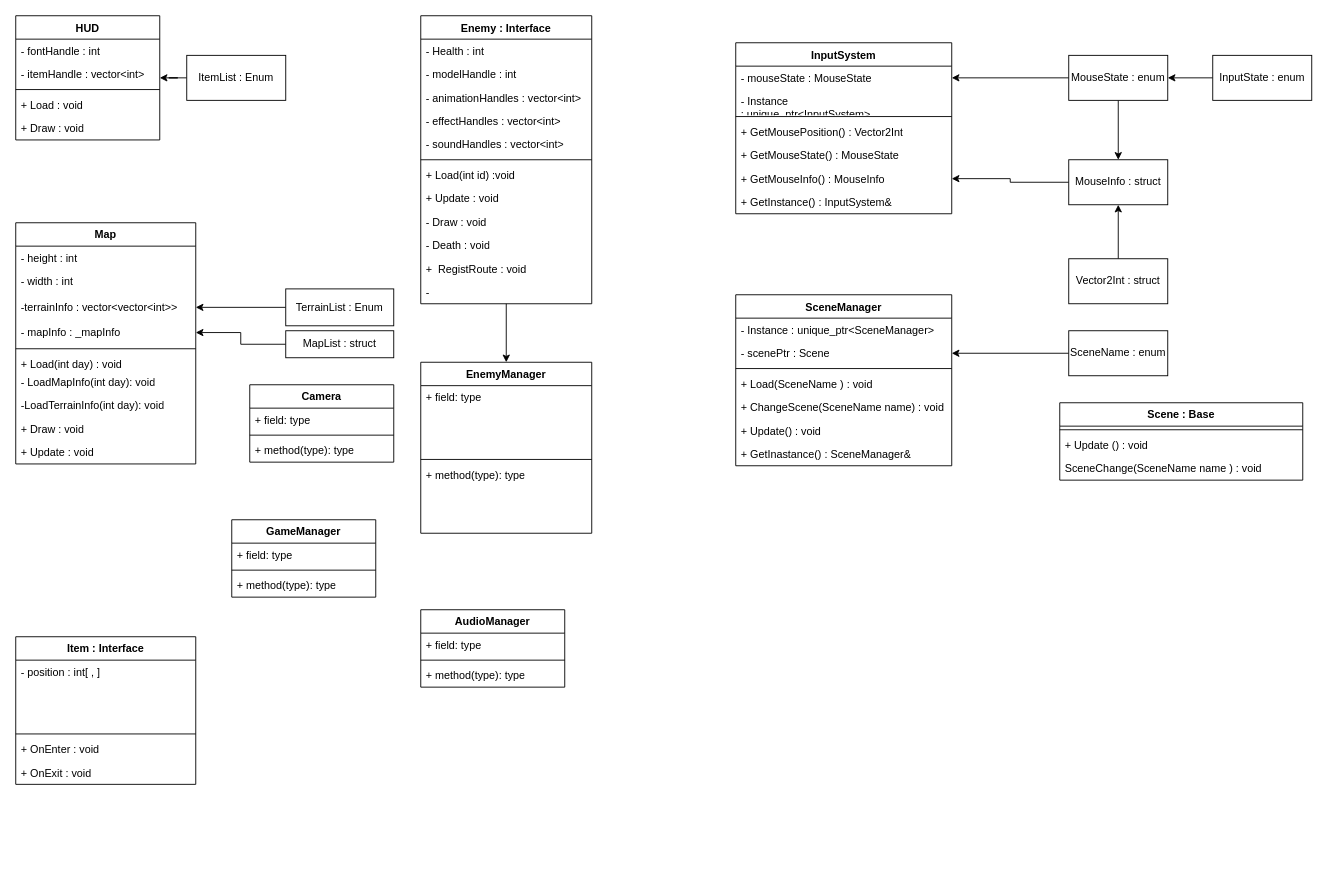
tky2302126/PP2nd keeps this draw.io diagram as PP2nd_ClassUML.drawio. Above is the earlier version. Source tidied: cells renumbered, new cells numbered last; positions are measured from the earlier drawing's top-left corner, leaving out a move shared by most shapes. Both pictures are drawn from the tidied source at 90%, with x=0, y=0 at pixel (15, 15).
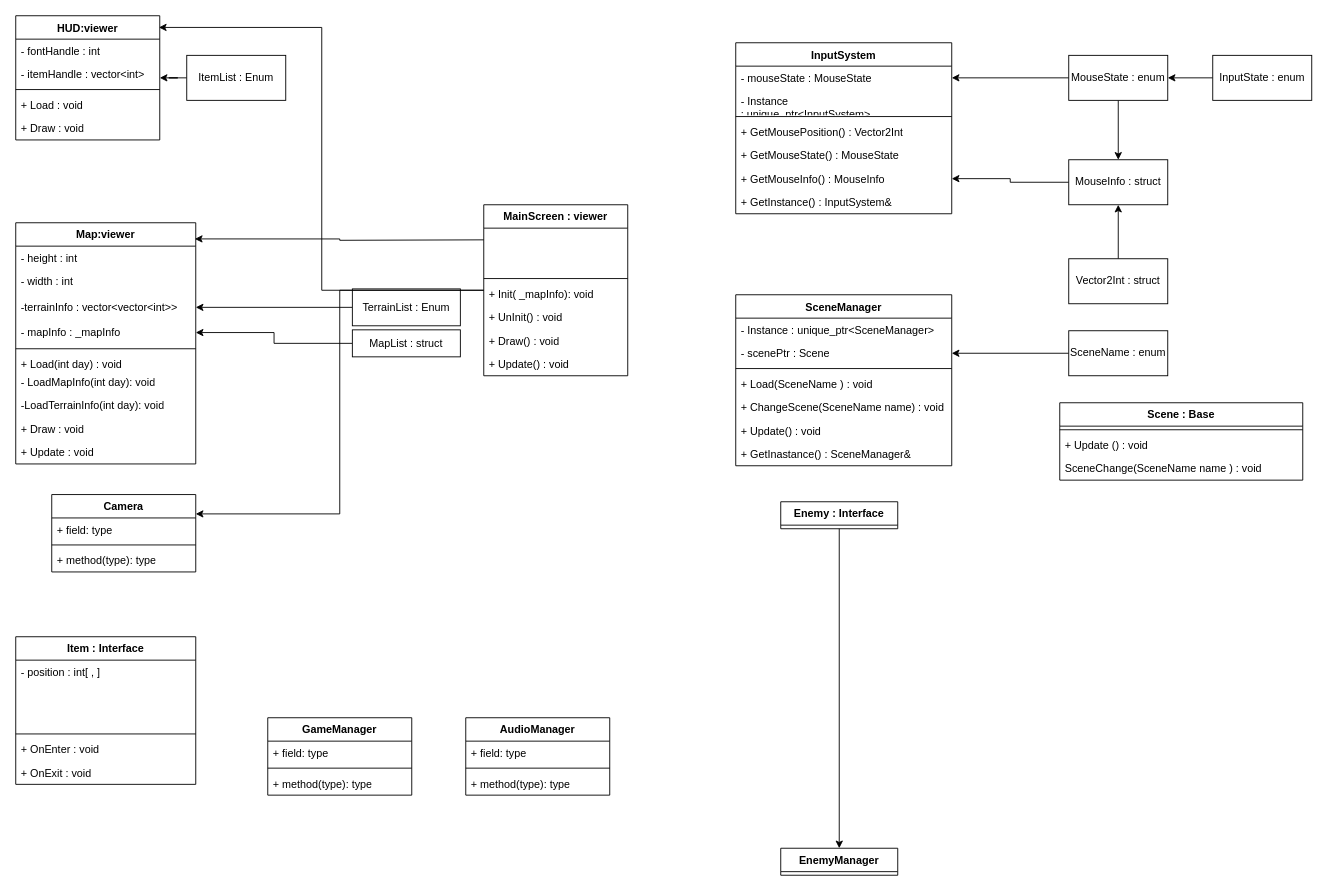
The same diagram, later.

Change to the diagram source:
```diff
@@
-    <mxCell id="2" value="HUD" style="swimlane;fontStyle=1;align=center;verticalAlign=top;horizontal=1;startSize=26;whiteSpace=wrap;html=1;" parent="1" vertex="1">
+    <mxCell id="2" value="HUD:viewer" style="swimlane;fontStyle=1;align=center;verticalAlign=top;horizontal=1;startSize=26;whiteSpace=wrap;html=1;" parent="1" vertex="1">
       <mxGeometry width="160" height="138" as="geometry" />
     </mxCell>
@@
-    <mxCell id="10" value="Map" style="swimlane;fontStyle=1;align=center;verticalAlign=top;horizontal=1;startSize=26;whiteSpace=wrap;html=1;" parent="1" vertex="1">
+    <mxCell id="10" value="Map:viewer" style="swimlane;fontStyle=1;align=center;verticalAlign=top;horizontal=1;startSize=26;whiteSpace=wrap;html=1;" parent="1" vertex="1">
       <mxGeometry y="230" width="200" height="268" as="geometry" />
     </mxCell>
@@
     <mxCell id="22" value="TerrainList : Enum" style="html=1;whiteSpace=wrap;" parent="1" vertex="1">
-      <mxGeometry x="300" y="303.5" width="120" height="41" as="geometry" />
+      <mxGeometry x="374" y="303.5" width="120" height="41" as="geometry" />
     </mxCell>
@@
     <mxCell id="24" value="MapList : struct" style="html=1;whiteSpace=wrap;" parent="1" vertex="1">
-      <mxGeometry x="300" y="350" width="120" height="30" as="geometry" />
+      <mxGeometry x="374" y="349" width="120" height="30" as="geometry" />
     </mxCell>
@@
-    <mxCell id="26" value="Enemy : Interf&lt;span style=&quot;background-color: initial;&quot;&gt;ace&lt;/span&gt;" style="swimlane;fontStyle=1;align=center;verticalAlign=top;horizontal=1;startSize=26;whiteSpace=wrap;html=1;" parent="1" vertex="1">
-      <mxGeometry x="450" width="190" height="320" as="geometry" />
+    <mxCell id="26" value="Enemy : Interf&lt;span style=&quot;background-color: initial;&quot;&gt;ace&lt;/span&gt;" style="swimlane;fontStyle=1;align=center;verticalAlign=top;horizontal=1;startSize=26;whiteSpace=wrap;html=1;" parent="1" vertex="1" collapsed="1">
+      <mxGeometry x="850" y="540" width="130" height="30" as="geometry" />
     </mxCell>
-    <mxCell id="27" value="- Health : int" style="text;strokeColor=none;fillColor=none;align=left;verticalAlign=top;spacingLeft=4;spacingRight=4;overflow=hidden;whiteSpace=wrap;html=1;" parent="26" vertex="1">
-      <mxGeometry y="26" width="190" height="26" as="geometry" />
-    </mxCell>
-    <mxCell id="28" value="- modelHandle : int" style="text;strokeColor=none;fillColor=none;align=left;verticalAlign=top;spacingLeft=4;spacingRight=4;overflow=hidden;whiteSpace=wrap;html=1;" parent="26" vertex="1">
-      <mxGeometry y="52" width="190" height="26" as="geometry" />
-    </mxCell>
-    <mxCell id="29" value="- animationHandles : vector&amp;lt;int&amp;gt;" style="text;strokeColor=none;fillColor=none;align=left;verticalAlign=top;spacingLeft=4;spacingRight=4;overflow=hidden;whiteSpace=wrap;html=1;" parent="26" vertex="1">
-      <mxGeometry y="78" width="190" height="26" as="geometry" />
-    </mxCell>
-    <mxCell id="30" value="- effectHandles : vector&amp;lt;int&amp;gt;" style="text;strokeColor=none;fillColor=none;align=left;verticalAlign=top;spacingLeft=4;spacingRight=4;overflow=hidden;whiteSpace=wrap;html=1;" parent="26" vertex="1">
-      <mxGeometry y="104" width="190" height="26" as="geometry" />
-    </mxCell>
-    <mxCell id="31" value="- soundHandles : vector&amp;lt;int&amp;gt;" style="text;strokeColor=none;fillColor=none;align=left;verticalAlign=top;spacingLeft=4;spacingRight=4;overflow=hidden;whiteSpace=wrap;html=1;" parent="26" vertex="1">
-      <mxGeometry y="130" width="190" height="26" as="geometry" />
-    </mxCell>
-    <mxCell id="32" style="line;strokeWidth=1;fillColor=none;align=left;verticalAlign=middle;spacingTop=-1;spacingLeft=3;spacingRight=3;labelPosition=right;strokeColor=inherit;" parent="26" vertex="1">
-      <mxGeometry y="156" width="190" height="8" as="geometry" />
-    </mxCell>
-    <mxCell id="33" value="+ Load(int id) :void&amp;nbsp;" style="text;strokeColor=none;fillColor=none;align=left;verticalAlign=top;spacingLeft=4;spacingRight=4;overflow=hidden;whiteSpace=wrap;html=1;" parent="26" vertex="1">
-      <mxGeometry y="164" width="190" height="26" as="geometry" />
-    </mxCell>
-    <mxCell id="34" value="+ Update : void" style="text;strokeColor=none;fillColor=none;align=left;verticalAlign=top;spacingLeft=4;spacingRight=4;overflow=hidden;whiteSpace=wrap;html=1;" parent="26" vertex="1">
-      <mxGeometry y="190" width="190" height="26" as="geometry" />
-    </mxCell>
-    <mxCell id="35" value="- Draw : void" style="text;strokeColor=none;fillColor=none;align=left;verticalAlign=top;spacingLeft=4;spacingRight=4;overflow=hidden;whiteSpace=wrap;html=1;" parent="26" vertex="1">
-      <mxGeometry y="216" width="190" height="26" as="geometry" />
-    </mxCell>
-    <mxCell id="36" value="- Death : void" style="text;strokeColor=none;fillColor=none;align=left;verticalAlign=top;spacingLeft=4;spacingRight=4;overflow=hidden;whiteSpace=wrap;html=1;" parent="26" vertex="1">
-      <mxGeometry y="242" width="190" height="26" as="geometry" />
-    </mxCell>
-    <mxCell id="37" value="+&amp;nbsp; RegistRoute : void" style="text;strokeColor=none;fillColor=none;align=left;verticalAlign=top;spacingLeft=4;spacingRight=4;overflow=hidden;whiteSpace=wrap;html=1;" parent="26" vertex="1">
-      <mxGeometry y="268" width="190" height="26" as="geometry" />
-    </mxCell>
-    <mxCell id="38" value="-&amp;nbsp;" style="text;strokeColor=none;fillColor=none;align=left;verticalAlign=top;spacingLeft=4;spacingRight=4;overflow=hidden;whiteSpace=wrap;html=1;" parent="26" vertex="1">
-      <mxGeometry y="294" width="190" height="26" as="geometry" />
-    </mxCell>
-    <mxCell id="39" value="EnemyManager" style="swimlane;fontStyle=1;align=center;verticalAlign=top;horizontal=1;startSize=26;whiteSpace=wrap;html=1;" parent="1" vertex="1">
-      <mxGeometry x="450" y="385" width="190" height="190" as="geometry" />
+    <mxCell id="39" value="EnemyManager" style="swimlane;fontStyle=1;align=center;verticalAlign=top;horizontal=1;startSize=26;whiteSpace=wrap;html=1;" parent="1" vertex="1" collapsed="1">
+      <mxGeometry x="850" y="925" width="130" height="30" as="geometry" />
     </mxCell>
-    <mxCell id="40" value="+ field: type" style="text;strokeColor=none;fillColor=none;align=left;verticalAlign=top;spacingLeft=4;spacingRight=4;overflow=hidden;whiteSpace=wrap;html=1;" parent="39" vertex="1">
-      <mxGeometry y="26" width="190" height="26" as="geometry" />
-    </mxCell>
-    <mxCell id="41" style="text;strokeColor=none;fillColor=none;align=left;verticalAlign=top;spacingLeft=4;spacingRight=4;overflow=hidden;whiteSpace=wrap;html=1;" parent="39" vertex="1">
-      <mxGeometry y="52" width="190" height="26" as="geometry" />
-    </mxCell>
-    <mxCell id="42" style="text;strokeColor=none;fillColor=none;align=left;verticalAlign=top;spacingLeft=4;spacingRight=4;overflow=hidden;whiteSpace=wrap;html=1;" parent="39" vertex="1">
-      <mxGeometry y="78" width="190" height="26" as="geometry" />
-    </mxCell>
-    <mxCell id="43" style="line;strokeWidth=1;fillColor=none;align=left;verticalAlign=middle;spacingTop=-1;spacingLeft=3;spacingRight=3;labelPosition=right;strokeColor=inherit;" parent="39" vertex="1">
-      <mxGeometry y="104" width="190" height="8" as="geometry" />
-    </mxCell>
-    <mxCell id="44" value="+ method(type): type" style="text;strokeColor=none;fillColor=none;align=left;verticalAlign=top;spacingLeft=4;spacingRight=4;overflow=hidden;whiteSpace=wrap;html=1;" parent="39" vertex="1">
-      <mxGeometry y="112" width="190" height="26" as="geometry" />
-    </mxCell>
-    <mxCell id="45" style="text;strokeColor=none;fillColor=none;align=left;verticalAlign=top;spacingLeft=4;spacingRight=4;overflow=hidden;whiteSpace=wrap;html=1;" parent="39" vertex="1">
-      <mxGeometry y="138" width="190" height="26" as="geometry" />
-    </mxCell>
-    <mxCell id="46" style="text;strokeColor=none;fillColor=none;align=left;verticalAlign=top;spacingLeft=4;spacingRight=4;overflow=hidden;whiteSpace=wrap;html=1;" parent="39" vertex="1">
-      <mxGeometry y="164" width="190" height="26" as="geometry" />
-    </mxCell>
@@
     <mxCell id="54" value="Camera" style="swimlane;fontStyle=1;align=center;verticalAlign=top;horizontal=1;startSize=26;whiteSpace=wrap;html=1;" parent="1" vertex="1">
-      <mxGeometry x="260" y="410" width="160" height="86" as="geometry" />
+      <mxGeometry x="40" y="532" width="160" height="86" as="geometry" />
     </mxCell>
@@
     <mxCell id="66" value="GameManager" style="swimlane;fontStyle=1;align=center;verticalAlign=top;horizontal=1;startSize=26;whiteSpace=wrap;html=1;" parent="1" vertex="1">
-      <mxGeometry x="240" y="560" width="160" height="86" as="geometry" />
+      <mxGeometry x="280" y="780" width="160" height="86" as="geometry" />
     </mxCell>
@@
     <mxCell id="78" value="AudioManager" style="swimlane;fontStyle=1;align=center;verticalAlign=top;horizontal=1;startSize=26;whiteSpace=wrap;html=1;" parent="1" vertex="1">
-      <mxGeometry x="450" y="660" width="160" height="86" as="geometry" />
+      <mxGeometry x="500" y="780" width="160" height="86" as="geometry" />
     </mxCell>
@@
+    <mxCell id="97" style="edgeStyle=orthogonalEdgeStyle;rounded=0;jettySize=auto;html=1;entryX=1;entryY=0.25;entryDx=0;entryDy=0;" parent="1" edge="1" source="98" target="54">
+      <mxGeometry relative="1" as="geometry" />
+    </mxCell>
+    <mxCell id="98" value="MainScreen : viewer" style="swimlane;fontStyle=1;align=center;verticalAlign=top;horizontal=1;startSize=26;whiteSpace=wrap;html=1;" parent="1" vertex="1">
+      <mxGeometry x="520" y="210" width="160" height="190" as="geometry" />
+    </mxCell>
+    <mxCell id="99" style="text;strokeColor=none;fillColor=none;align=left;verticalAlign=top;spacingLeft=4;spacingRight=4;overflow=hidden;whiteSpace=wrap;html=1;" parent="98" vertex="1">
+      <mxGeometry y="26" width="160" height="26" as="geometry" />
+    </mxCell>
+    <mxCell id="100" style="text;strokeColor=none;fillColor=none;align=left;verticalAlign=top;spacingLeft=4;spacingRight=4;overflow=hidden;whiteSpace=wrap;html=1;" parent="98" vertex="1">
+      <mxGeometry y="52" width="160" height="26" as="geometry" />
+    </mxCell>
+    <mxCell id="101" style="line;strokeWidth=1;fillColor=none;align=left;verticalAlign=middle;spacingTop=-1;spacingLeft=3;spacingRight=3;labelPosition=right;strokeColor=inherit;" parent="98" vertex="1">
+      <mxGeometry y="78" width="160" height="8" as="geometry" />
+    </mxCell>
+    <mxCell id="102" value="+ Init( _mapInfo): void" style="text;strokeColor=none;fillColor=none;align=left;verticalAlign=top;spacingLeft=4;spacingRight=4;overflow=hidden;whiteSpace=wrap;html=1;" parent="98" vertex="1">
+      <mxGeometry y="86" width="160" height="26" as="geometry" />
+    </mxCell>
+    <mxCell id="103" value="+ UnInit() : void" style="text;strokeColor=none;fillColor=none;align=left;verticalAlign=top;spacingLeft=4;spacingRight=4;overflow=hidden;whiteSpace=wrap;html=1;" parent="98" vertex="1">
+      <mxGeometry y="112" width="160" height="26" as="geometry" />
+    </mxCell>
+    <mxCell id="104" value="+ Draw() : void" style="text;strokeColor=none;fillColor=none;align=left;verticalAlign=top;spacingLeft=4;spacingRight=4;overflow=hidden;whiteSpace=wrap;html=1;" parent="98" vertex="1">
+      <mxGeometry y="138" width="160" height="26" as="geometry" />
+    </mxCell>
+    <mxCell id="105" value="+ Update() : void" style="text;strokeColor=none;fillColor=none;align=left;verticalAlign=top;spacingLeft=4;spacingRight=4;overflow=hidden;whiteSpace=wrap;html=1;" parent="98" vertex="1">
+      <mxGeometry y="164" width="160" height="26" as="geometry" />
+    </mxCell>
+    <mxCell id="106" style="edgeStyle=orthogonalEdgeStyle;rounded=0;jettySize=auto;html=1;entryX=0.995;entryY=0.067;entryDx=0;entryDy=0;entryPerimeter=0;" parent="1" edge="1" target="10">
+      <mxGeometry relative="1" as="geometry">
+        <mxPoint x="520" y="249" as="sourcePoint" />
+      </mxGeometry>
+    </mxCell>
+    <mxCell id="107" style="edgeStyle=orthogonalEdgeStyle;rounded=0;jettySize=auto;html=1;entryX=0.994;entryY=0.094;entryDx=0;entryDy=0;entryPerimeter=0;" parent="1" edge="1" source="98" target="2">
+      <mxGeometry relative="1" as="geometry" />
+    </mxCell>
```
